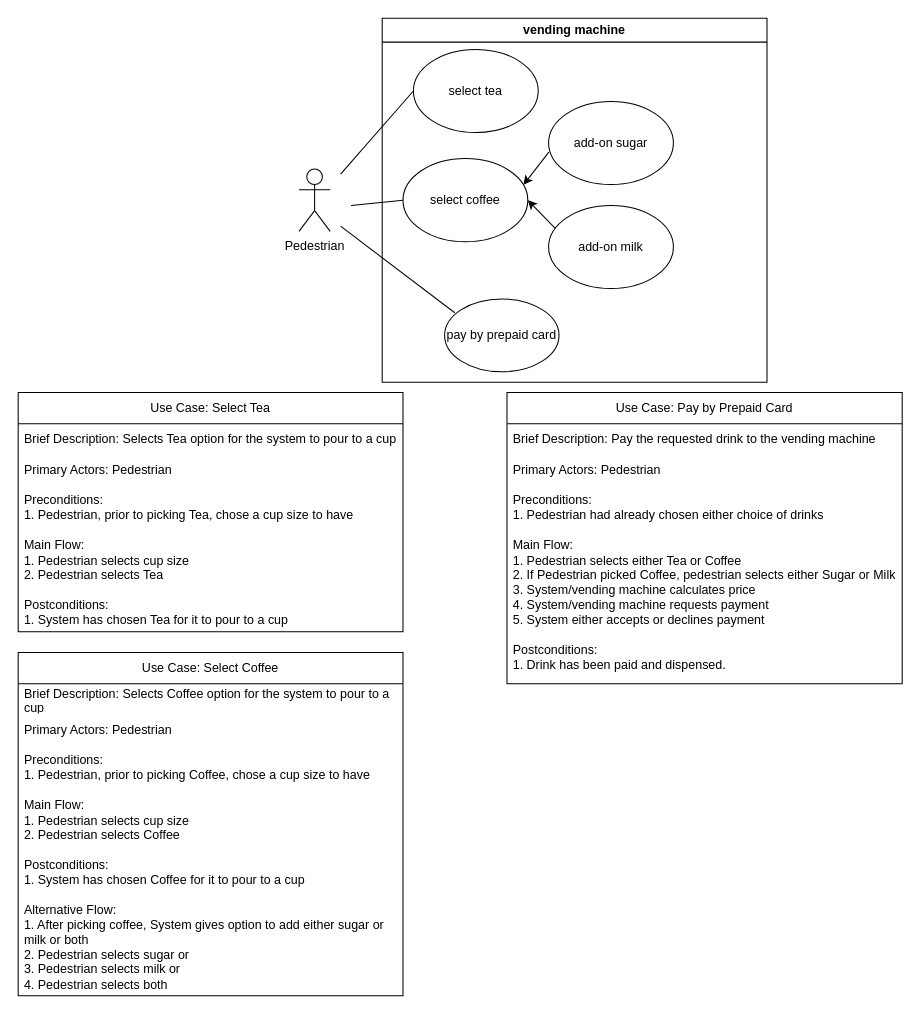
gablmao/MDX-Lab-Week10 keeps this draw.io diagram as usecase_vendingmachine.drawio. Above is the earlier version. Source tidied: cells renumbered, new cells numbered last; positions are measured from the earlier drawing's top-left corner, leaving out a move shared by most shapes. Both pictures are drawn from the tidied source at 104%, with x=0, y=0 at pixel (18, 18).
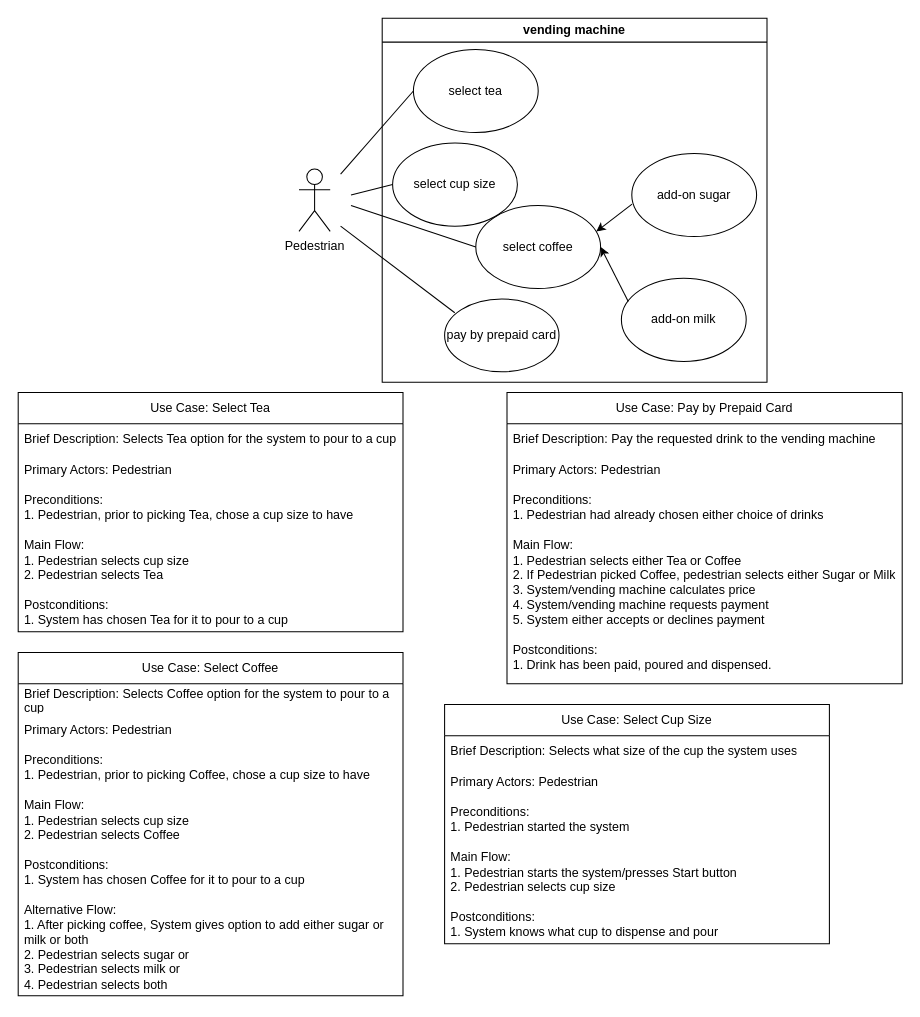
After the change.

The change refers to these unchanged cells:
```xml
<mxCell id="2" value="vending machine" style="swimlane;whiteSpace=wrap;html=1;" parent="1" vertex="1">
  <mxGeometry x="350" width="370" height="350" as="geometry" />
</mxCell>
<mxCell id="14" value="Use Case: Pay by Prepaid Card" style="swimlane;fontStyle=0;horizontal=1;startSize=30;whiteSpace=wrap;html=1;" parent="1" vertex="1">
  <mxGeometry x="470" y="360" width="380" height="280" as="geometry" />
</mxCell>
```

What changed in the source:
```diff
@@
     <mxCell id="5" value="select coffee" style="ellipse;whiteSpace=wrap;html=1;" parent="2" vertex="1">
-      <mxGeometry x="20" y="135" width="120" height="80" as="geometry" />
+      <mxGeometry x="90" y="180" width="120" height="80" as="geometry" />
     </mxCell>
     <mxCell id="6" value="add-on milk" style="ellipse;whiteSpace=wrap;html=1;" parent="2" vertex="1">
-      <mxGeometry x="160" y="180" width="120" height="80" as="geometry" />
+      <mxGeometry x="230" y="250" width="120" height="80" as="geometry" />
     </mxCell>
     <mxCell id="7" value="add-on sugar" style="ellipse;whiteSpace=wrap;html=1;" parent="2" vertex="1">
-      <mxGeometry x="160" y="80" width="120" height="80" as="geometry" />
+      <mxGeometry x="240" y="130" width="120" height="80" as="geometry" />
     </mxCell>
@@
+    <mxCell id="26" value="select cup size" style="ellipse;whiteSpace=wrap;html=1;" parent="2" vertex="1">
+      <mxGeometry x="10" y="120" width="120" height="80" as="geometry" />
+    </mxCell>
@@
-    <mxCell id="17" value="Preconditions:&lt;br&gt;1. Pedestrian had already chosen either choice of drinks&lt;br&gt;&lt;br&gt;Main Flow:&lt;br&gt;1. Pedestrian selects either Tea or Coffee&lt;br&gt;2. If Pedestrian picked Coffee, pedestrian selects either Sugar or Milk&lt;br&gt;3. System/vending machine calculates price&lt;br&gt;4. System/vending machine requests payment&lt;br&gt;5. System either accepts or declines payment&lt;br&gt;&lt;br&gt;Postconditions:&lt;br&gt;1. Drink has been paid and dispensed." style="text;strokeColor=none;fillColor=none;align=left;verticalAlign=top;spacingLeft=4;spacingRight=4;overflow=hidden;whiteSpace=wrap;html=1;" parent="14" vertex="1">
+    <mxCell id="17" value="Preconditions:&lt;br&gt;1. Pedestrian had already chosen either choice of drinks&lt;br&gt;&lt;br&gt;Main Flow:&lt;br&gt;1. Pedestrian selects either Tea or Coffee&lt;br&gt;2. If Pedestrian picked Coffee, pedestrian selects either Sugar or Milk&lt;br&gt;3. System/vending machine calculates price&lt;br&gt;4. System/vending machine requests payment&lt;br&gt;5. System either accepts or declines payment&lt;br&gt;&lt;br&gt;Postconditions:&lt;br&gt;1. Drink has been paid, poured and dispensed." style="text;strokeColor=none;fillColor=none;align=left;verticalAlign=top;spacingLeft=4;spacingRight=4;overflow=hidden;whiteSpace=wrap;html=1;" parent="14" vertex="1">
       <mxGeometry y="90" width="380" height="190" as="geometry" />
     </mxCell>
@@
+    <mxCell id="27" style="endArrow=none;html=1;rounded=0;entryX=0;entryY=0.5;entryDx=0;entryDy=0;" parent="1" edge="1" target="26">
+      <mxGeometry relative="1" as="geometry">
+        <mxPoint x="320" y="170" as="sourcePoint" />
+      </mxGeometry>
+    </mxCell>
+    <mxCell id="28" value="Use Case: Select Cup Size" style="swimlane;fontStyle=0;horizontal=1;startSize=30;whiteSpace=wrap;html=1;" parent="1" vertex="1">
+      <mxGeometry x="410" y="660" width="370" height="230" as="geometry" />
+    </mxCell>
+    <mxCell id="29" value="Brief Description: Selects what size of the cup the system uses" style="text;strokeColor=none;fillColor=none;align=left;verticalAlign=middle;spacingLeft=4;spacingRight=4;overflow=hidden;whiteSpace=wrap;html=1;" parent="28" vertex="1">
+      <mxGeometry y="30" width="370" height="30" as="geometry" />
+    </mxCell>
+    <mxCell id="30" value="Primary Actors: Pedestrian" style="text;strokeColor=none;fillColor=none;align=left;verticalAlign=middle;spacingLeft=4;spacingRight=4;overflow=hidden;whiteSpace=wrap;html=1;" parent="28" vertex="1">
+      <mxGeometry y="60" width="370" height="30" as="geometry" />
+    </mxCell>
+    <mxCell id="31" value="Preconditions:&lt;br&gt;1. Pedestrian started the system&lt;br&gt;&lt;br&gt;Main Flow:&lt;br&gt;1. Pedestrian starts the system/presses Start button&lt;br&gt;2. Pedestrian selects cup size&lt;br&gt;&lt;br&gt;Postconditions:&lt;br&gt;1. System knows what cup to dispense and pour" style="text;strokeColor=none;fillColor=none;align=left;verticalAlign=top;spacingLeft=4;spacingRight=4;overflow=hidden;whiteSpace=wrap;html=1;" parent="28" vertex="1">
+      <mxGeometry y="90" width="370" height="140" as="geometry" />
+    </mxCell>
```
